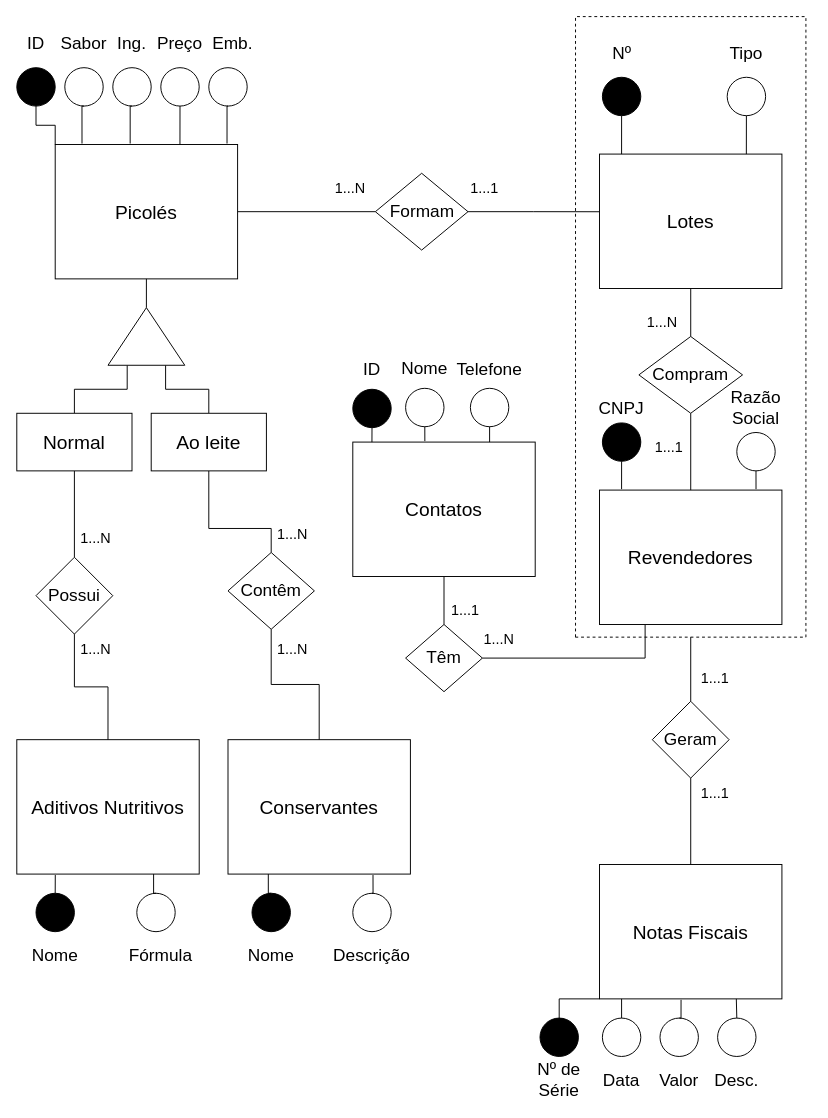
Before: Lists/List01/Exec06/Popsicle.drawio in RenanGAS/Database-1, a draw.io diagram. Source tidied: cells renumbered, new cells numbered last; positions are measured from the earlier drawing's top-left corner, leaving out a move shared by most shapes. Both pictures are drawn from the tidied source at 96%, with x=0, y=0 at pixel (16, 29).
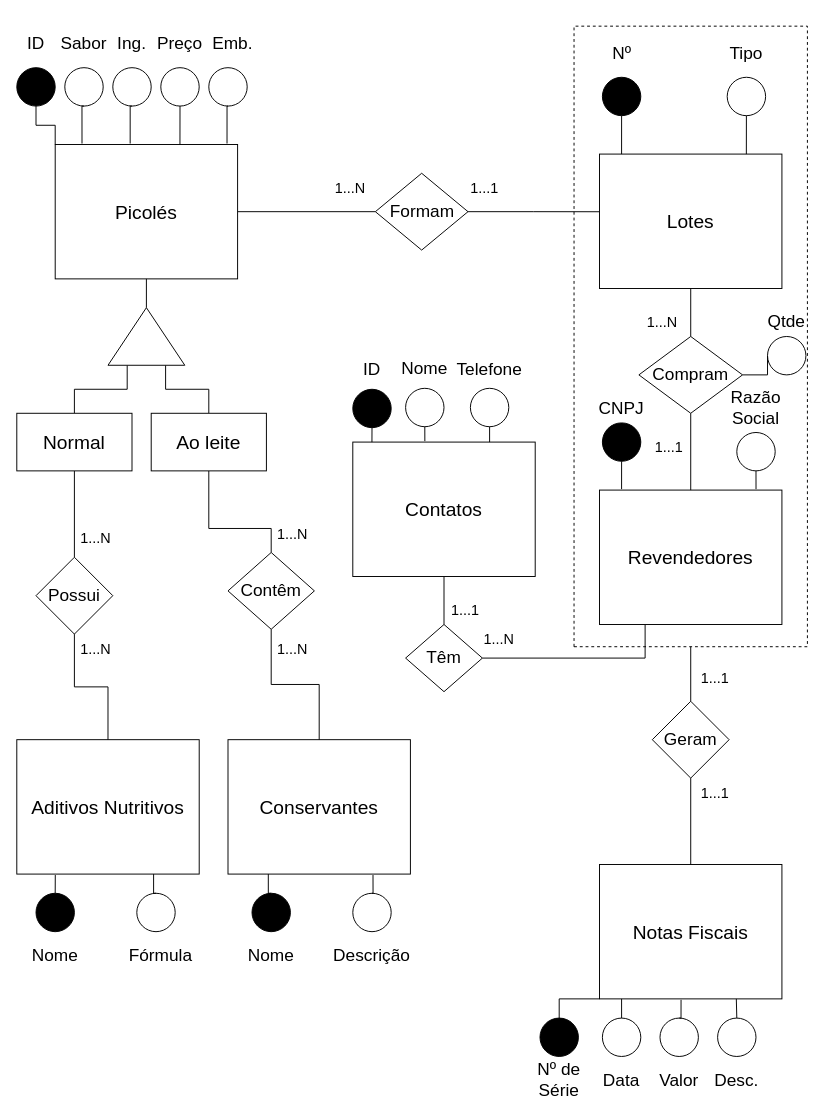
Above is the later version.

Unchanged cells that the change refers to:
```xml
<mxCell id="28" value="&lt;span style=&quot;font-size: 18px&quot;&gt;Compram&lt;/span&gt;" style="rhombus;whiteSpace=wrap;html=1;" parent="1" vertex="1">
  <mxGeometry x="648" y="320" width="108" height="80" as="geometry" />
</mxCell>
```

Change to the diagram source:
```diff
@@
+    <mxCell id="106" style="edgeStyle=orthogonalEdgeStyle;rounded=0;jettySize=auto;html=1;exitX=1;exitY=0.5;exitDx=0;exitDy=0;entryX=0;entryY=0.5;entryDx=0;entryDy=0;fontSize=15;endArrow=none;endFill=0;" parent="1" edge="1" source="28" target="107">
+      <mxGeometry relative="1" as="geometry" />
+    </mxCell>
@@
     <mxCell id="29" style="rounded=0;whiteSpace=wrap;html=1;fontSize=18;rotation=-90;dashed=1;fillColor=none;" parent="1" vertex="1">
-      <mxGeometry x="378.8" y="190" width="646.4" height="240" as="geometry" />
+      <mxGeometry x="378.8" y="198.4" width="646.4" height="243.1" as="geometry" />
     </mxCell>
@@
+    <mxCell id="107" style="ellipse;whiteSpace=wrap;html=1;fontSize=18;fillColor=none;" parent="1" vertex="1">
+      <mxGeometry x="782" y="320" width="40" height="40" as="geometry" />
+    </mxCell>
+    <mxCell id="108" value="Qtde" style="text;html=1;strokeColor=none;fillColor=none;align=center;verticalAlign=middle;whiteSpace=wrap;rounded=0;dashed=1;fontSize=18;" parent="1" vertex="1">
+      <mxGeometry x="777" y="290" width="50" height="30" as="geometry" />
+    </mxCell>
```
